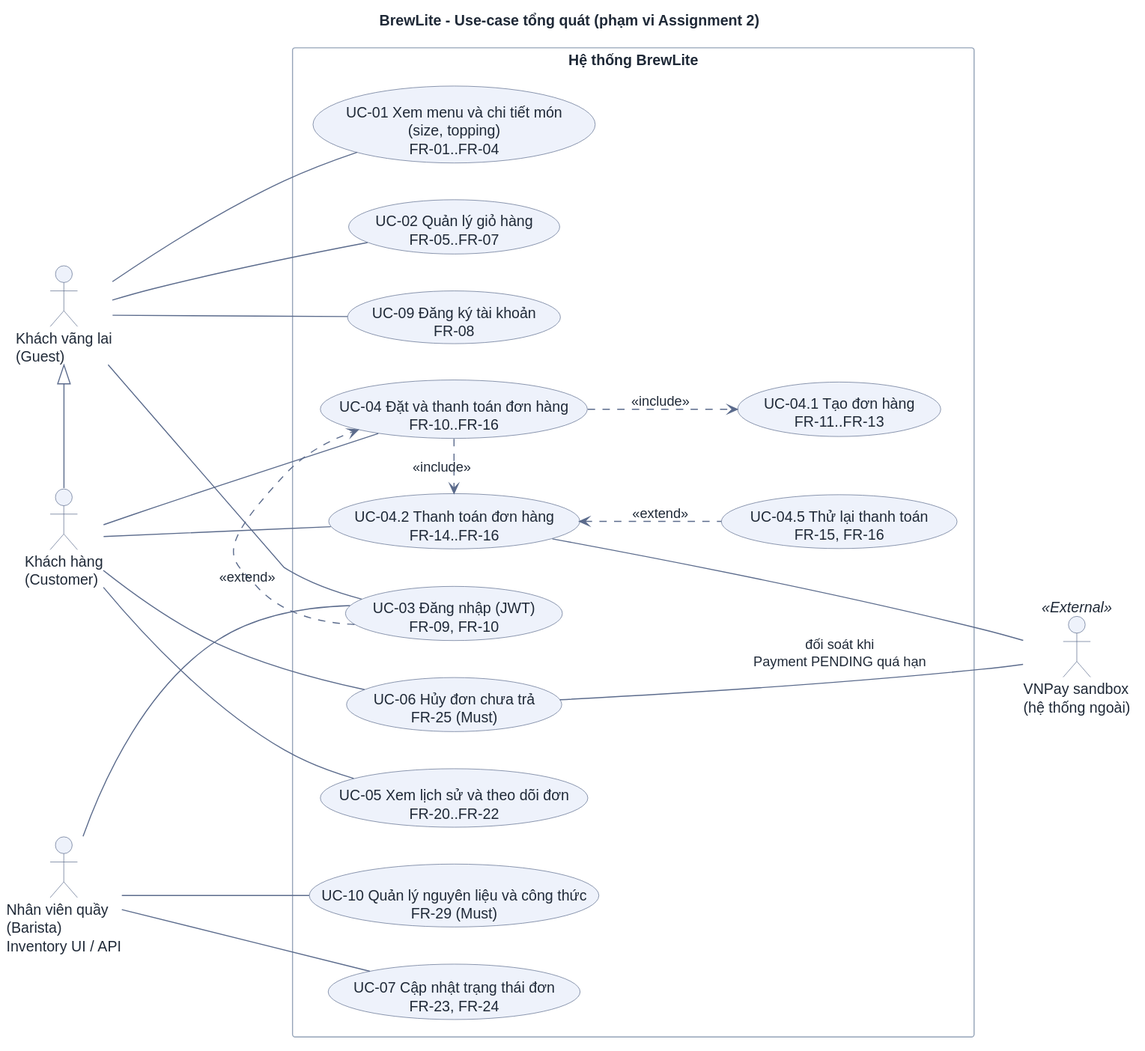
The PlantUML diagram docs/requirements/use-case-overview.svg in DuVinhLoi/BrewLite, before a commit. The source it was exported from:
```plantuml
@startuml
skinparam DefaultFontColor #1f2937
skinparam ArrowColor #5b6b8c
skinparam ArrowFontColor #1f2937
skinparam PackageBackgroundColor #f8fafc
skinparam PackageBorderColor #94a3b8
skinparam RectangleBackgroundColor #ffffff
skinparam RectangleBorderColor #94a3b8
skinparam ActorBackgroundColor #eef2fb
skinparam ActorBorderColor #5b6b8c
skinparam UsecaseBackgroundColor #eef2fb
skinparam UsecaseBorderColor #5b6b8c
skinparam Shadowing false

left to right direction

title BrewLite - Use-case tổng quát (phạm vi Assignment 2)

actor "Khách vãng lai\n(Guest)" as Guest
actor "Khách hàng\n(Customer)" as Customer
actor "Nhân viên quầy\n(Barista)\nInventory UI / API" as Barista
actor "VNPay sandbox\n(hệ thống ngoài)" as Pay <<External>>


rectangle "Hệ thống BrewLite" {
  usecase "UC-01 Xem menu và chi tiết món\n(size, topping)\nFR-01..FR-04" as UC01
  usecase "UC-02 Quản lý giỏ hàng\nFR-05..FR-07" as UC02
  usecase "UC-03 Đăng nhập (JWT)\nFR-09, FR-10" as UC03
  usecase "UC-09 Đăng ký tài khoản\nFR-08" as UC09
  usecase "UC-04 Đặt và thanh toán đơn hàng\nFR-10..FR-16" as UC04
  usecase "UC-04.1 Tạo đơn hàng\nFR-11..FR-13" as UC041
  usecase "UC-04.2 Thanh toán đơn hàng\nFR-14..FR-16" as UC042
  usecase "UC-04.5 Thử lại thanh toán\nFR-15, FR-16" as UC045
  usecase "UC-05 Xem lịch sử và theo dõi đơn\nFR-20..FR-22" as UC05
  usecase "UC-06 Hủy đơn chưa trả\nFR-25 (Must)" as UC06
  usecase "UC-10 Quản lý nguyên liệu và công thức\nFR-29 (Must)" as UC10
  usecase "UC-07 Cập nhật trạng thái đơn\nFR-23, FR-24" as UC07
}

Guest <|- Customer

Guest --- UC01
Guest --- UC02
Guest --- UC03
Guest --- UC09

Customer --- UC04
Customer --- UC05
Customer --- UC06
Customer --- UC042

Barista --- UC03
Barista --- UC07
Barista --- UC10

UC04 ..> UC041 : <<include>>
UC04 .> UC042 : <<include>>
UC042 <.. UC045 : <<extend>>
UC03 .> UC04 : <<extend>>
UC042 -[hidden]> UC06
UC06 -[hidden]> UC05
UC05 -[hidden]> UC10
UC10 -[hidden]> UC07

UC042 --- Pay
UC06 --- Pay : đối soát khi\nPayment PENDING quá hạn
@enduml
```
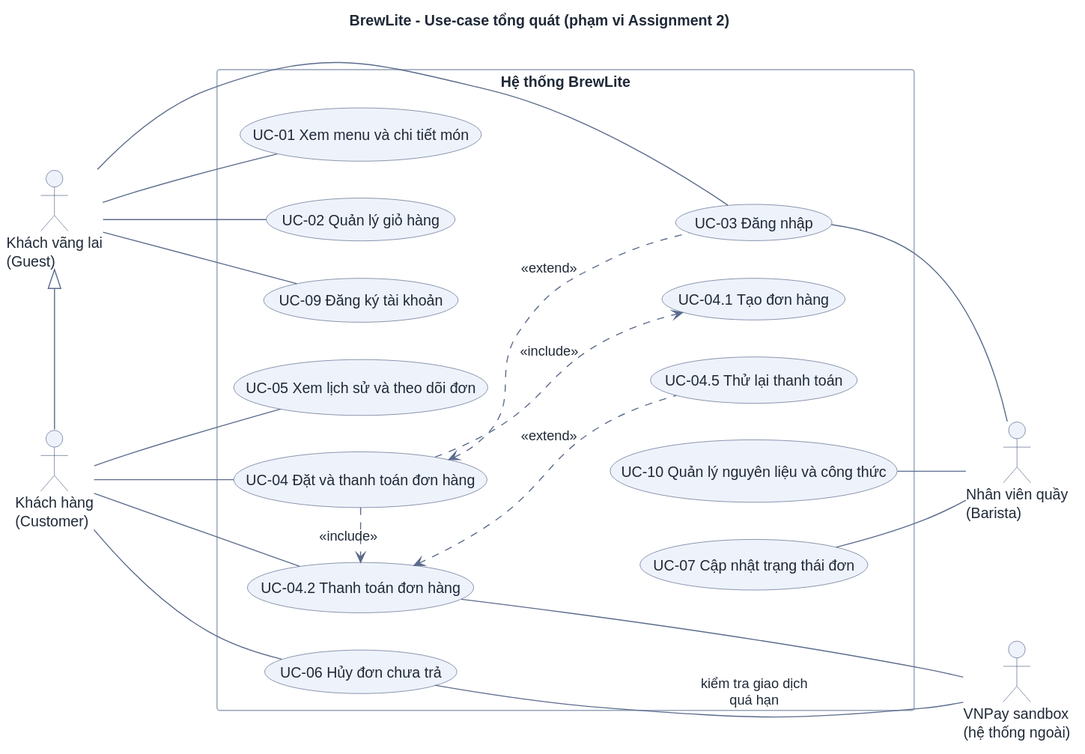
After the change.

Commit message:
docs(uc): simplify use-case diagrams and fix their layout

The edit, as a diff of the source:
```diff
@@ -2,8 +2,6 @@
 skinparam DefaultFontColor #1f2937
 skinparam ArrowColor #5b6b8c
 skinparam ArrowFontColor #1f2937
-skinparam PackageBackgroundColor #f8fafc
-skinparam PackageBorderColor #94a3b8
 skinparam RectangleBackgroundColor #ffffff
 skinparam RectangleBorderColor #94a3b8
 skinparam ActorBackgroundColor #eef2fb
@@ -18,50 +16,55 @@
 
 actor "Khách vãng lai\n(Guest)" as Guest
 actor "Khách hàng\n(Customer)" as Customer
-actor "Nhân viên quầy\n(Barista)\nInventory UI / API" as Barista
-actor "VNPay sandbox\n(hệ thống ngoài)" as Pay <<External>>
-
+actor "Nhân viên quầy\n(Barista)" as Barista
+actor "VNPay sandbox\n(hệ thống ngoài)" as Pay
 
 rectangle "Hệ thống BrewLite" {
-  usecase "UC-01 Xem menu và chi tiết món\n(size, topping)\nFR-01..FR-04" as UC01
-  usecase "UC-02 Quản lý giỏ hàng\nFR-05..FR-07" as UC02
-  usecase "UC-03 Đăng nhập (JWT)\nFR-09, FR-10" as UC03
-  usecase "UC-09 Đăng ký tài khoản\nFR-08" as UC09
-  usecase "UC-04 Đặt và thanh toán đơn hàng\nFR-10..FR-16" as UC04
-  usecase "UC-04.1 Tạo đơn hàng\nFR-11..FR-13" as UC041
-  usecase "UC-04.2 Thanh toán đơn hàng\nFR-14..FR-16" as UC042
-  usecase "UC-04.5 Thử lại thanh toán\nFR-15, FR-16" as UC045
-  usecase "UC-05 Xem lịch sử và theo dõi đơn\nFR-20..FR-22" as UC05
-  usecase "UC-06 Hủy đơn chưa trả\nFR-25 (Must)" as UC06
-  usecase "UC-10 Quản lý nguyên liệu và công thức\nFR-29 (Must)" as UC10
-  usecase "UC-07 Cập nhật trạng thái đơn\nFR-23, FR-24" as UC07
+  usecase "UC-01 Xem menu và chi tiết món" as UC01
+  usecase "UC-02 Quản lý giỏ hàng" as UC02
+  usecase "UC-09 Đăng ký tài khoản" as UC09
+  usecase "UC-03 Đăng nhập" as UC03
+  usecase "UC-04 Đặt và thanh toán đơn hàng" as UC04
+  usecase "UC-04.1 Tạo đơn hàng" as UC041
+  usecase "UC-04.2 Thanh toán đơn hàng" as UC042
+  usecase "UC-04.5 Thử lại thanh toán" as UC045
+  usecase "UC-06 Hủy đơn chưa trả" as UC06
+  usecase "UC-05 Xem lịch sử và theo dõi đơn" as UC05
+  usecase "UC-07 Cập nhật trạng thái đơn" as UC07
+  usecase "UC-10 Quản lý nguyên liệu và công thức" as UC10
 }
 
 Guest <|- Customer
 
 Guest --- UC01
 Guest --- UC02
-Guest --- UC03
 Guest --- UC09
+Guest ---- UC03
 
 Customer --- UC04
+Customer --- UC042
+Customer --- UC06
 Customer --- UC05
-Customer --- UC06
-Customer --- UC042
 
-Barista --- UC03
-Barista --- UC07
-Barista --- UC10
+UC04 <.. UC03 : <<extend>>
+UC04 .> UC042 : <<include>>
+UC04 ..> UC041 : <<include>>
+UC042 <.. UC045 : <<extend>>
 
-UC04 ..> UC041 : <<include>>
-UC04 .> UC042 : <<include>>
-UC042 <.. UC045 : <<extend>>
-UC03 .> UC04 : <<extend>>
+UC01 -[hidden]> UC02
+UC02 -[hidden]> UC09
+UC09 -[hidden]> UC04
 UC042 -[hidden]> UC06
 UC06 -[hidden]> UC05
-UC05 -[hidden]> UC10
-UC10 -[hidden]> UC07
+
+UC07 -- Barista
+UC10 -- Barista
+UC07 -[hidden]> UC10
+UC10 -[hidden]> UC03
+UC03 -- Barista
+UC03 -[hidden]> UC041
+UC041 -[hidden]> UC045
 
 UC042 --- Pay
-UC06 --- Pay : đối soát khi\nPayment PENDING quá hạn
+UC06 --- Pay : kiểm tra giao dịch\nquá hạn
 @enduml
```
